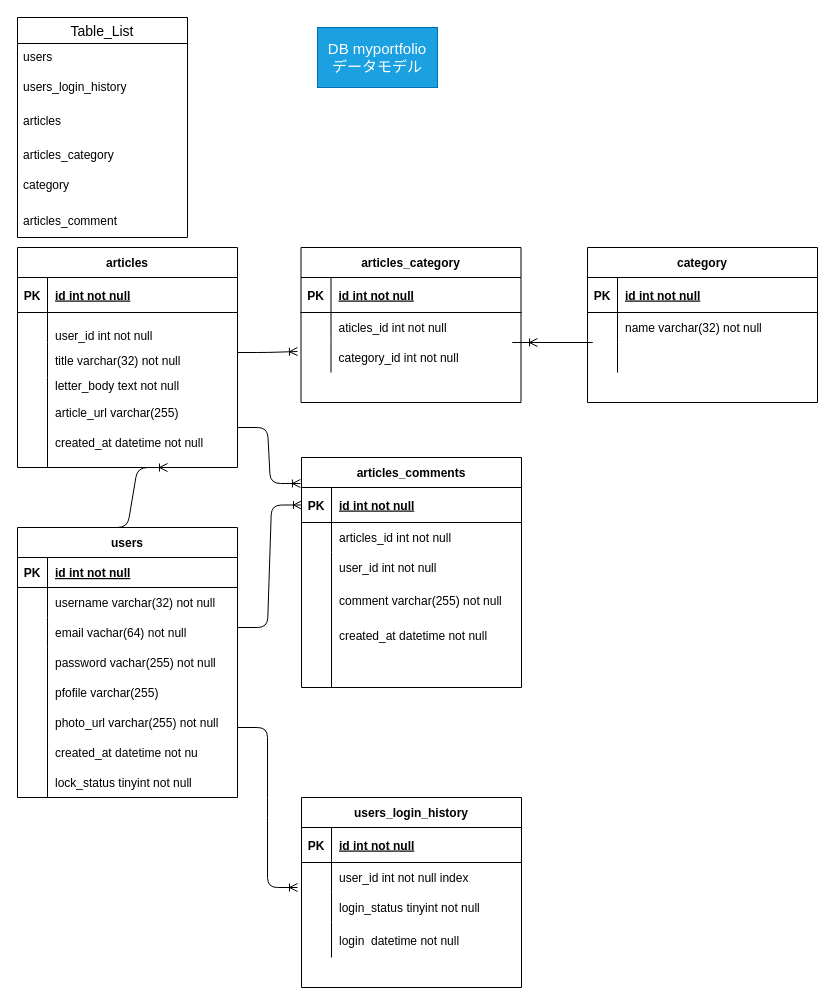
Before: db.dio in hirohana/technologypost-backend, a draw.io diagram. Source tidied: cells renumbered, new cells numbered last; positions are measured from the earlier drawing's top-left corner, leaving out a move shared by most shapes. Both pictures are drawn from the tidied source at 100%, with x=0, y=0 at pixel (17, 17).
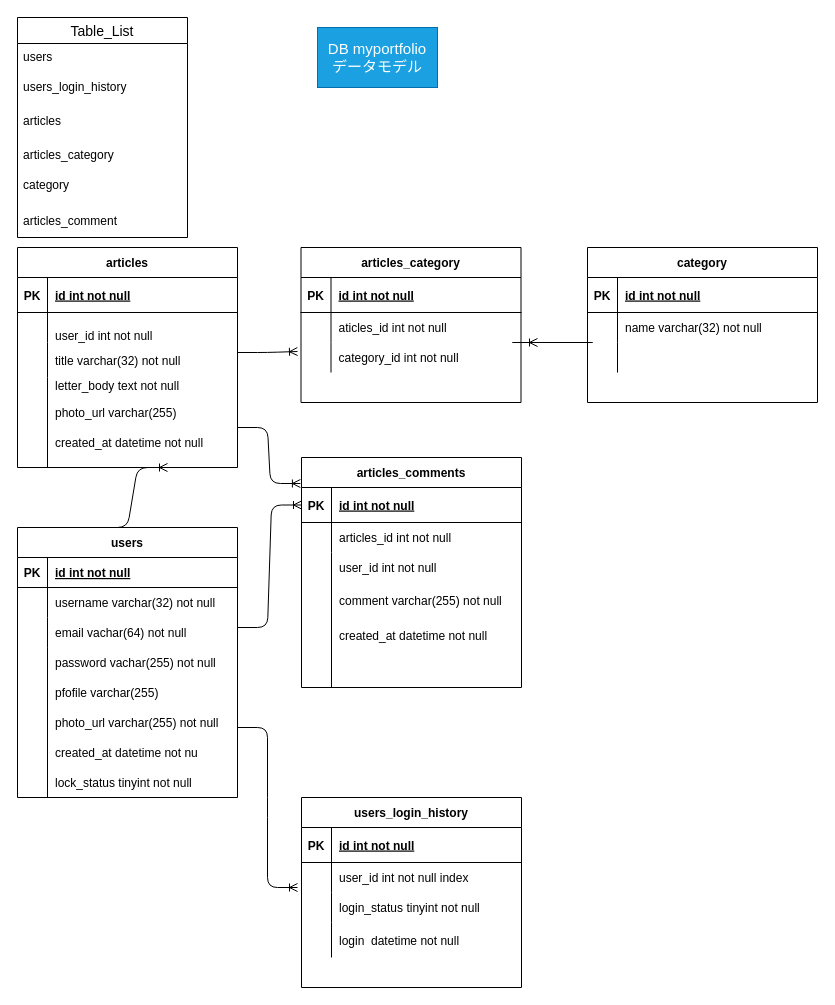
Above is the later version.

The change refers to these unchanged cells:
```xml
<mxCell id="32" style="shape=partialRectangle;fillColor=none;top=0;left=0;bottom=0;right=0;" parent="1" vertex="1">
  <mxGeometry y="380" width="180" height="30" as="geometry" />
</mxCell>
```

Diff of the diagram source:
```diff
@@
-    <mxCell id="34" value="article_url varchar(255)" style="shape=partialRectangle;fillColor=none;top=0;left=0;bottom=0;right=0;align=left;spacingLeft=6;overflow=hidden;" parent="32" vertex="1">
+    <mxCell id="34" value="photo_url varchar(255)" style="shape=partialRectangle;fillColor=none;top=0;left=0;bottom=0;right=0;align=left;spacingLeft=6;overflow=hidden;" parent="32" vertex="1">
       <mxGeometry x="30" width="150" height="30" as="geometry" />
     </mxCell>
```
